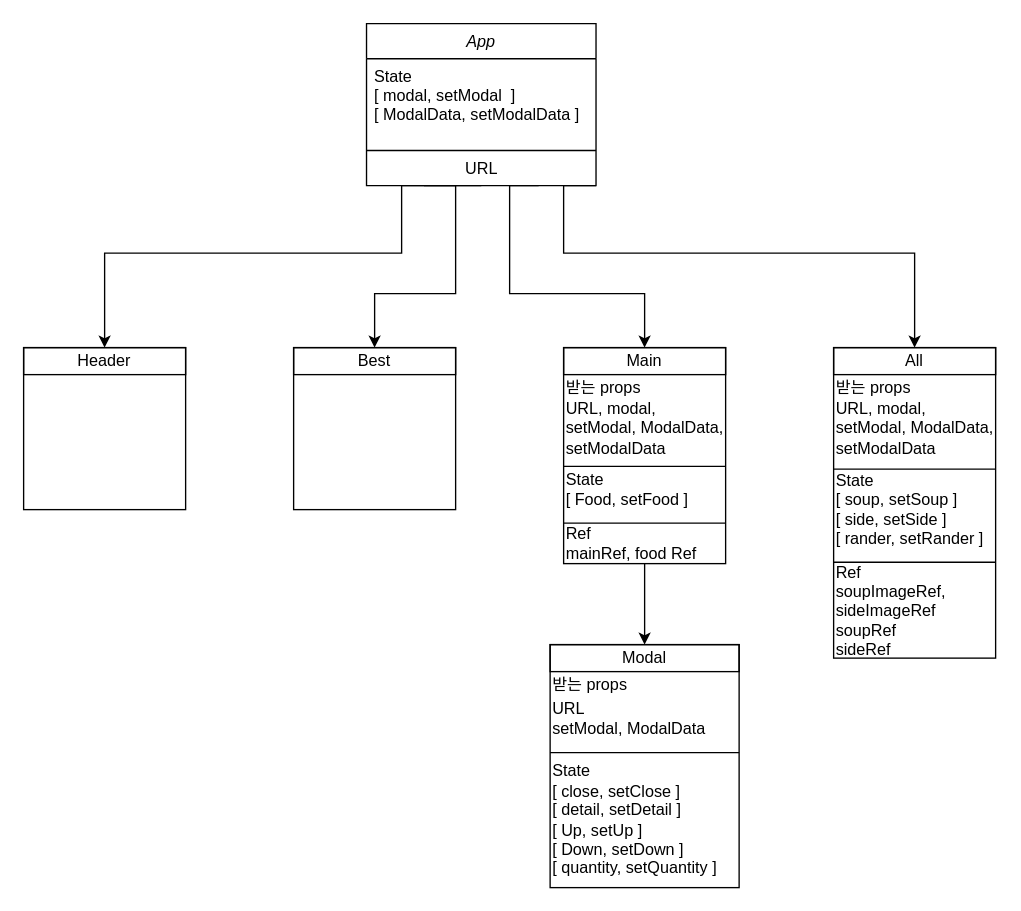
Earlier version of the draw.io diagram FE/Untitled Diagram.drawio (isaac56/sidedish). Source tidied: cells renumbered, new cells numbered last; positions are measured from the earlier drawing's top-left corner, leaving out a move shared by most shapes. Both pictures are drawn from the tidied source at 135%, with x=0, y=0 at pixel (23, 23).
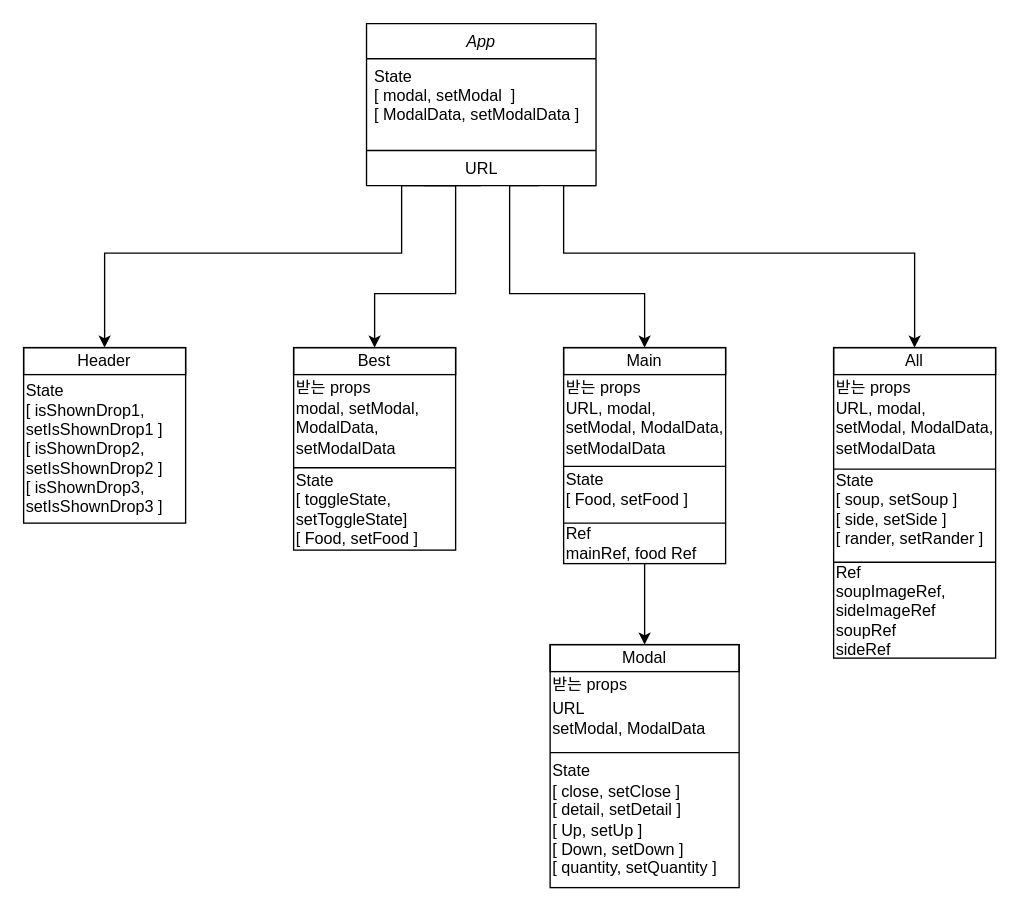
Above is the later version.

What changed in the source:
```diff
@@
+    <mxCell id="37" style="edgeStyle=orthogonalEdgeStyle;rounded=0;jettySize=auto;html=1;exitX=0.5;exitY=1;exitDx=0;exitDy=0;entryX=0.5;entryY=1;entryDx=0;entryDy=0;" parent="1" edge="1" source="10" target="38">
+      <mxGeometry relative="1" as="geometry" />
+    </mxCell>
     <mxCell id="10" style="rounded=0;whiteSpace=wrap;html=1;" parent="1" vertex="1">
-      <mxGeometry y="240" width="120" height="120" as="geometry" />
+      <mxGeometry y="240" width="120" height="130" as="geometry" />
     </mxCell>
     <mxCell id="11" style="rounded=0;whiteSpace=wrap;html=1;" parent="1" vertex="1">
-      <mxGeometry x="200" y="240" width="120" height="120" as="geometry" />
+      <mxGeometry x="200" y="240" width="120" height="150" as="geometry" />
     </mxCell>
@@
+    <mxCell id="38" value="State&lt;br&gt;[ isShownDrop1, setIsShownDrop1 ]&lt;br&gt;[ isShownDrop2, setIsShownDrop2 ]&lt;br&gt;[ isShownDrop3, setIsShownDrop3 ]" style="text;html=1;strokeColor=none;fillColor=none;align=left;verticalAlign=middle;whiteSpace=wrap;rounded=0;" parent="1" vertex="1">
+      <mxGeometry y="260" width="120" height="110" as="geometry" />
+    </mxCell>
+    <mxCell id="39" style="edgeStyle=orthogonalEdgeStyle;rounded=0;orthogonalLoop=1;jettySize=auto;html=1;exitX=0.5;exitY=1;exitDx=0;exitDy=0;" parent="1" edge="1" source="10" target="10">
+      <mxGeometry relative="1" as="geometry" />
+    </mxCell>
+    <mxCell id="40" value="받는 props" style="text;html=1;strokeColor=none;fillColor=none;align=left;verticalAlign=middle;whiteSpace=wrap;rounded=0;" parent="1" vertex="1">
+      <mxGeometry x="200" y="260" width="120" height="20" as="geometry" />
+    </mxCell>
+    <mxCell id="41" value="modal, setModal, ModalData, setModalData" style="text;html=1;fillColor=none;align=left;verticalAlign=middle;whiteSpace=wrap;rounded=0;" parent="1" vertex="1">
+      <mxGeometry x="200" y="280" width="120" height="40" as="geometry" />
+    </mxCell>
+    <mxCell id="42" style="endArrow=none;html=1;exitX=0;exitY=0.55;exitDx=0;exitDy=0;exitPerimeter=0;entryX=1;entryY=0.55;entryDx=0;entryDy=0;entryPerimeter=0;" parent="1" edge="1">
+      <mxGeometry relative="1" as="geometry">
+        <mxPoint x="200" y="329" as="sourcePoint" />
+        <mxPoint x="320" y="329" as="targetPoint" />
+        <Array as="points">
+          <mxPoint x="260" y="329" />
+        </Array>
+      </mxGeometry>
+    </mxCell>
+    <mxCell id="43" value="State&lt;br&gt;[ toggleState, setToggleState]&lt;br&gt;[ Food, setFood ]" style="text;html=1;strokeColor=none;fillColor=none;align=left;verticalAlign=middle;whiteSpace=wrap;rounded=0;" parent="1" vertex="1">
+      <mxGeometry x="200" y="345" width="120" height="30" as="geometry" />
+    </mxCell>
```
